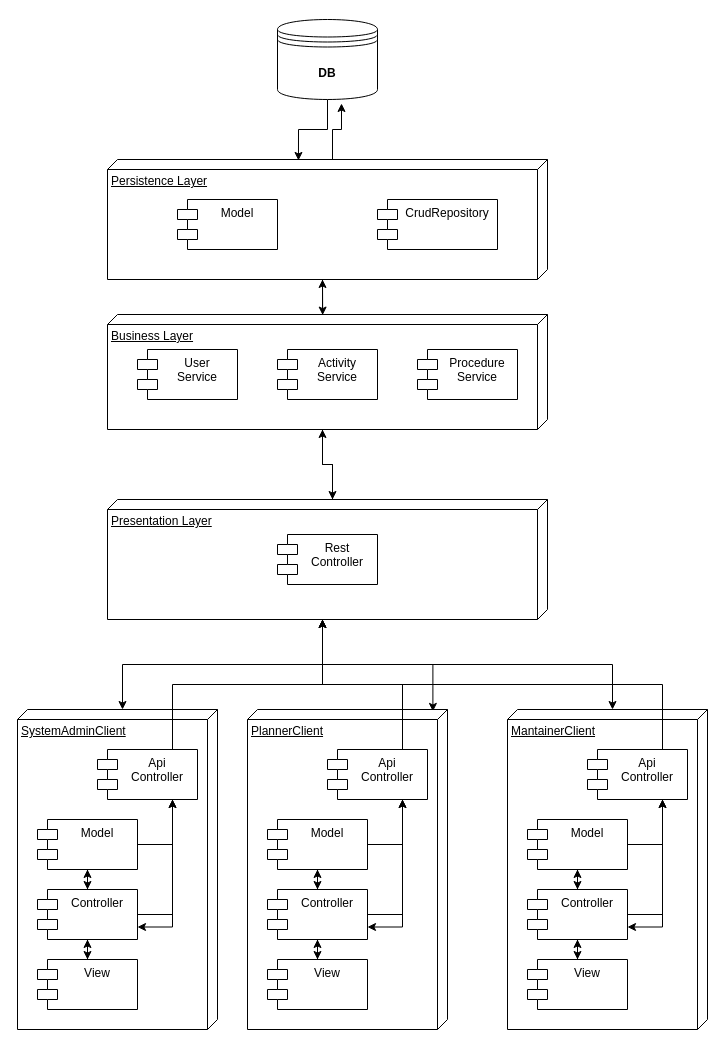
Above: page "General Architecture" (1 of 3) of doc/Architecture.drawio in yDon96/servletManager (draw.io), before the change. Source tidied: cells renumbered, new cells numbered last; positions are measured from the earlier drawing's top-left corner, leaving out a move shared by most shapes. Both pictures are drawn from the tidied source at 100%, with x=0, y=0 at pixel (17, 19).
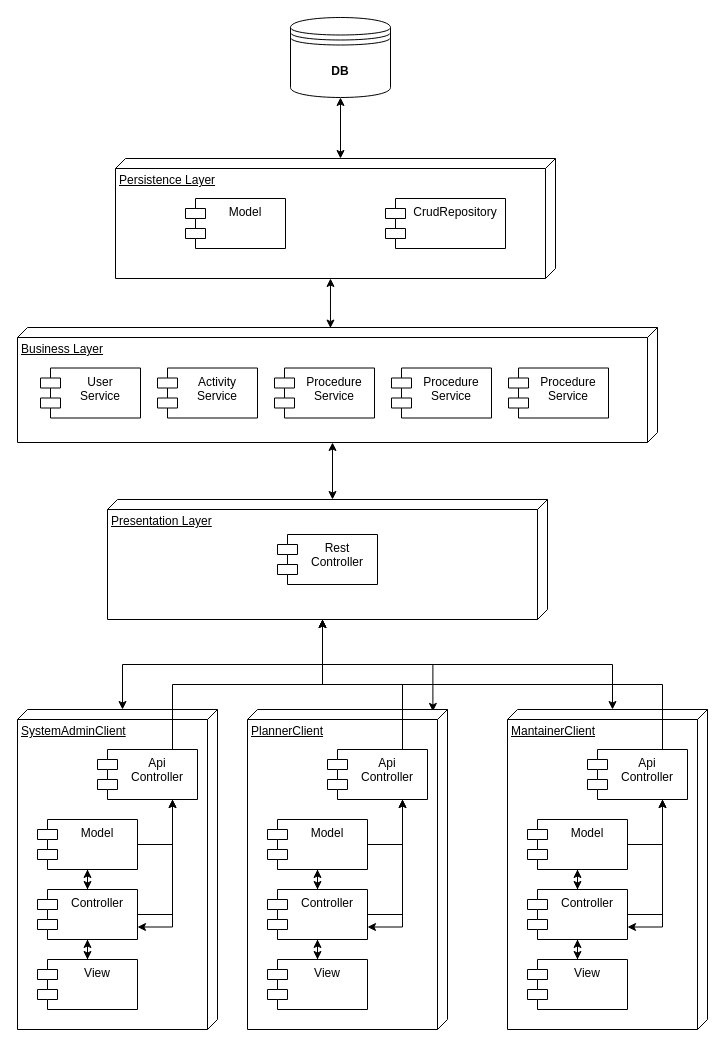
Above is the later version.

The change refers to these unchanged cells:
```xml
<mxCell id="5" value="Presentation Layer" style="verticalAlign=top;align=left;spacingTop=8;spacingLeft=2;spacingRight=12;shape=cube;size=10;direction=south;fontStyle=4;html=1;" parent="1" vertex="1">
  <mxGeometry x="90" y="480" width="440" height="120" as="geometry" />
</mxCell>
```

Change to the diagram source:
```diff
@@
-    <mxCell id="2" style="edgeStyle=orthogonalEdgeStyle;rounded=0;jettySize=auto;html=1;exitX=0;exitY=0;exitDx=0;exitDy=215;exitPerimeter=0;entryX=0;entryY=0;entryDx=115;entryDy=225;entryPerimeter=0;" parent="1" edge="1" source="5" target="11">
+    <mxCell id="2" style="edgeStyle=orthogonalEdgeStyle;rounded=0;jettySize=auto;html=1;entryX=0;entryY=0;entryDx=115;entryDy=325;entryPerimeter=0;startArrow=classic;startFill=1;exitX=0;exitY=0;exitDx=0;exitDy=215;exitPerimeter=0;" parent="1" edge="1" source="5" target="11">
       <mxGeometry relative="1" as="geometry" />
     </mxCell>
@@
-    <mxCell id="6" style="edgeStyle=orthogonalEdgeStyle;rounded=0;jettySize=auto;html=1;exitX=0;exitY=0;exitDx=120;exitDy=225;exitPerimeter=0;entryX=0.005;entryY=0.511;entryDx=0;entryDy=0;entryPerimeter=0;" parent="1" edge="1" source="8" target="11">
+    <mxCell id="6" style="edgeStyle=orthogonalEdgeStyle;rounded=0;jettySize=auto;html=1;exitX=0;exitY=0;exitDx=120;exitDy=225;exitPerimeter=0;entryX=0.005;entryY=0.511;entryDx=0;entryDy=0;entryPerimeter=0;startArrow=classic;startFill=1;" parent="1" edge="1" source="8" target="11">
       <mxGeometry relative="1" as="geometry" />
     </mxCell>
-    <mxCell id="7" style="edgeStyle=orthogonalEdgeStyle;rounded=0;jettySize=auto;html=1;exitX=0;exitY=0;exitDx=0;exitDy=215;exitPerimeter=0;entryX=0.64;entryY=1.05;entryDx=0;entryDy=0;entryPerimeter=0;" parent="1" edge="1" source="8" target="14">
-      <mxGeometry relative="1" as="geometry" />
-    </mxCell>
     <mxCell id="8" value="Persistence Layer" style="verticalAlign=top;align=left;spacingTop=8;spacingLeft=2;spacingRight=12;shape=cube;size=10;direction=south;fontStyle=4;html=1;" parent="1" vertex="1">
-      <mxGeometry x="90" y="140" width="440" height="120" as="geometry" />
+      <mxGeometry x="98" y="139" width="440" height="120" as="geometry" />
     </mxCell>
-    <mxCell id="9" style="edgeStyle=orthogonalEdgeStyle;rounded=0;jettySize=auto;html=1;exitX=0;exitY=0;exitDx=0;exitDy=215;exitPerimeter=0;entryX=0;entryY=0;entryDx=120;entryDy=225;entryPerimeter=0;" parent="1" edge="1" source="11" target="8">
-      <mxGeometry relative="1" as="geometry" />
-    </mxCell>
-    <mxCell id="10" style="edgeStyle=orthogonalEdgeStyle;rounded=0;jettySize=auto;html=1;exitX=0;exitY=0;exitDx=115;exitDy=225;exitPerimeter=0;entryX=0;entryY=0;entryDx=0;entryDy=215;entryPerimeter=0;" parent="1" edge="1" source="11" target="5">
-      <mxGeometry relative="1" as="geometry" />
-    </mxCell>
     <mxCell id="11" value="Business Layer" style="verticalAlign=top;align=left;spacingTop=8;spacingLeft=2;spacingRight=12;shape=cube;size=10;direction=south;fontStyle=4;html=1;" parent="1" vertex="1">
-      <mxGeometry x="90" y="295" width="440" height="115" as="geometry" />
+      <mxGeometry y="308" width="640" height="115" as="geometry" />
     </mxCell>
@@
-    <mxCell id="13" style="edgeStyle=orthogonalEdgeStyle;rounded=0;jettySize=auto;html=1;exitX=0.5;exitY=1;exitDx=0;exitDy=0;entryX=0.008;entryY=0.566;entryDx=0;entryDy=0;entryPerimeter=0;" parent="1" edge="1" source="14" target="8">
+    <mxCell id="13" style="edgeStyle=orthogonalEdgeStyle;rounded=0;jettySize=auto;html=1;exitX=0.5;exitY=1;exitDx=0;exitDy=0;entryX=0;entryY=0;entryDx=0;entryDy=215;entryPerimeter=0;startArrow=classic;startFill=1;" parent="1" edge="1" source="14" target="8">
       <mxGeometry relative="1" as="geometry" />
     </mxCell>
     <mxCell id="14" style="shape=datastore;whiteSpace=wrap;html=1;" parent="1" vertex="1">
-      <mxGeometry x="260" width="100" height="80" as="geometry" />
+      <mxGeometry x="273" y="-2" width="100" height="80" as="geometry" />
     </mxCell>
     <mxCell id="15" value="Model" style="shape=module;align=left;spacingLeft=20;align=center;verticalAlign=top;" parent="1" vertex="1">
-      <mxGeometry x="160" y="180" width="100" height="50" as="geometry" />
+      <mxGeometry x="168" y="179" width="100" height="50" as="geometry" />
     </mxCell>
     <mxCell id="16" value="CrudRepository" style="shape=module;align=left;spacingLeft=20;align=center;verticalAlign=top;" parent="1" vertex="1">
-      <mxGeometry x="360" y="180" width="120" height="50" as="geometry" />
+      <mxGeometry x="368" y="179" width="120" height="50" as="geometry" />
     </mxCell>
     <mxCell id="17" value="User&#10;Service" style="shape=module;align=left;spacingLeft=20;align=center;verticalAlign=top;" parent="1" vertex="1">
-      <mxGeometry x="120" y="330" width="100" height="50" as="geometry" />
+      <mxGeometry x="23" y="348.5" width="100" height="50" as="geometry" />
     </mxCell>
     <mxCell id="18" value="Activity&#10;Service" style="shape=module;align=left;spacingLeft=20;align=center;verticalAlign=top;" parent="1" vertex="1">
-      <mxGeometry x="260" y="330" width="100" height="50" as="geometry" />
+      <mxGeometry x="140" y="348.5" width="100" height="50" as="geometry" />
     </mxCell>
     <mxCell id="19" value="Procedure&#10;Service" style="shape=module;align=left;spacingLeft=20;align=center;verticalAlign=top;" parent="1" vertex="1">
-      <mxGeometry x="400" y="330" width="100" height="50" as="geometry" />
+      <mxGeometry x="257" y="348.5" width="100" height="50" as="geometry" />
     </mxCell>
@@
     <mxCell id="60" value="DB" style="text;align=center;fontStyle=1;verticalAlign=middle;spacingLeft=3;spacingRight=3;strokeColor=none;" parent="1" vertex="1">
-      <mxGeometry x="270" y="40" width="80" height="26" as="geometry" />
+      <mxGeometry x="283" y="38" width="80" height="26" as="geometry" />
     </mxCell>
+    <mxCell id="61" value="Procedure&#10;Service" style="shape=module;align=left;spacingLeft=20;align=center;verticalAlign=top;" parent="1" vertex="1">
+      <mxGeometry x="374" y="348.5" width="100" height="50" as="geometry" />
+    </mxCell>
+    <mxCell id="62" value="Procedure&#10;Service" style="shape=module;align=left;spacingLeft=20;align=center;verticalAlign=top;" parent="1" vertex="1">
+      <mxGeometry x="491" y="348.5" width="100" height="50" as="geometry" />
+    </mxCell>
```
